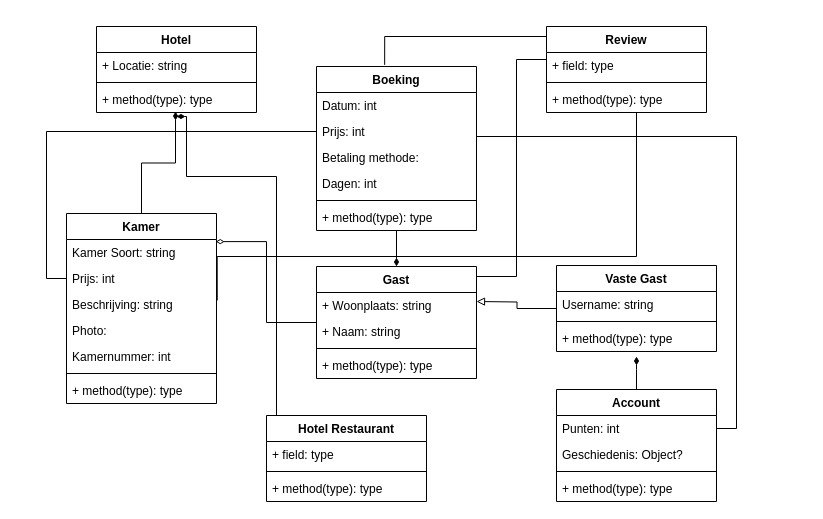
Earlier version of the draw.io diagram Reserveringssysteem.drawio (MrMibsen/Quizje). Source tidied: cells renumbered, new cells numbered last; positions are measured from the earlier drawing's top-left corner, leaving out a move shared by most shapes. Both pictures are drawn from the tidied source at 100%, with x=0, y=0 at pixel (46, 26).
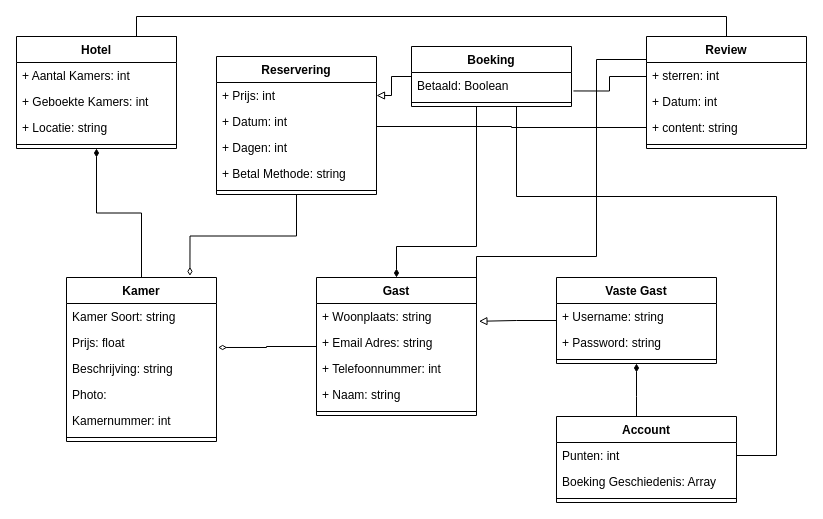
The same page after the edit.

Unchanged cells that the change refers to:
```xml
<mxCell id="6" value="Beschrijving: string" style="text;strokeColor=none;fillColor=none;align=left;verticalAlign=top;spacingLeft=4;spacingRight=4;overflow=hidden;points=[[0,0.5],[1,0.5]];portConstraint=eastwest;" parent="3" vertex="1">
  <mxGeometry y="78" width="150" height="26" as="geometry" />
</mxCell>
<mxCell id="17" value="+ Woonplaats: string" style="text;strokeColor=none;fillColor=none;align=left;verticalAlign=top;spacingLeft=4;spacingRight=4;overflow=hidden;points=[[0,0.5],[1,0.5]];portConstraint=eastwest;" parent="16" vertex="1">
  <mxGeometry y="26" width="160" height="26" as="geometry" />
</mxCell>
```

What changed in the source:
```diff
@@
-    <mxCell id="2" style="edgeStyle=orthogonalEdgeStyle;rounded=0;jettySize=auto;html=1;exitX=0.5;exitY=0;exitDx=0;exitDy=0;endArrow=diamondThin;endFill=1;entryX=0.494;entryY=0.962;entryDx=0;entryDy=0;entryPerimeter=0;" parent="1" edge="1" source="3" target="14">
+    <mxCell id="2" style="edgeStyle=orthogonalEdgeStyle;rounded=0;jettySize=auto;html=1;exitX=0.5;exitY=0;exitDx=0;exitDy=0;endArrow=diamondThin;endFill=1;entryX=0.5;entryY=1;entryDx=0;entryDy=0;" parent="1" edge="1" source="3" target="11">
       <mxGeometry relative="1" as="geometry" />
     </mxCell>
     <mxCell id="3" value="Kamer" style="swimlane;fontStyle=1;align=center;verticalAlign=top;horizontal=1;startSize=26;" parent="1" vertex="1">
-      <mxGeometry x="20" y="187" width="150" height="190" as="geometry" />
+      <mxGeometry x="20" y="251" width="150" height="164" as="geometry" />
     </mxCell>
@@
-    <mxCell id="5" value="Prijs: int" style="text;strokeColor=none;fillColor=none;align=left;verticalAlign=top;spacingLeft=4;spacingRight=4;overflow=hidden;points=[[0,0.5],[1,0.5]];portConstraint=eastwest;" parent="3" vertex="1">
+    <mxCell id="5" value="Prijs: float" style="text;strokeColor=none;fillColor=none;align=left;verticalAlign=top;spacingLeft=4;spacingRight=4;overflow=hidden;points=[[0,0.5],[1,0.5]];portConstraint=eastwest;" parent="3" vertex="1">
       <mxGeometry y="52" width="150" height="26" as="geometry" />
     </mxCell>
@@
-    <mxCell id="10" value="+ method(type): type" style="text;strokeColor=none;fillColor=none;align=left;verticalAlign=top;spacingLeft=4;spacingRight=4;overflow=hidden;" parent="3" vertex="1">
-      <mxGeometry y="164" width="150" height="26" as="geometry" />
-    </mxCell>
     <mxCell id="11" value="Hotel&#10;" style="swimlane;fontStyle=1;align=center;verticalAlign=top;horizontal=1;startSize=26;" parent="1" vertex="1">
-      <mxGeometry x="50" width="160" height="86" as="geometry" />
+      <mxGeometry x="-30" y="10" width="160" height="112" as="geometry" />
     </mxCell>
+    <mxCell id="54" value="+ Aantal Kamers: int" style="text;strokeColor=none;fillColor=none;align=left;verticalAlign=top;spacingLeft=4;spacingRight=4;overflow=hidden;" parent="11" vertex="1">
+      <mxGeometry y="26" width="160" height="26" as="geometry" />
+    </mxCell>
+    <mxCell id="55" value="+ Geboekte Kamers: int" style="text;strokeColor=none;fillColor=none;align=left;verticalAlign=top;spacingLeft=4;spacingRight=4;overflow=hidden;" parent="11" vertex="1">
+      <mxGeometry y="52" width="160" height="26" as="geometry" />
+    </mxCell>
     <mxCell id="12" value="+ Locatie: string&#10;" style="text;strokeColor=none;fillColor=none;align=left;verticalAlign=top;spacingLeft=4;spacingRight=4;overflow=hidden;" parent="11" vertex="1">
-      <mxGeometry y="26" width="160" height="26" as="geometry" />
+      <mxGeometry y="78" width="160" height="26" as="geometry" />
     </mxCell>
     <mxCell id="13" style="line;strokeWidth=1;fillColor=none;align=left;verticalAlign=middle;spacingTop=-1;spacingLeft=3;spacingRight=3;labelPosition=right;strokeColor=inherit;" parent="11" vertex="1">
-      <mxGeometry y="52" width="160" height="8" as="geometry" />
+      <mxGeometry y="104" width="160" height="8" as="geometry" />
     </mxCell>
-    <mxCell id="14" value="+ method(type): type" style="text;strokeColor=none;fillColor=none;align=left;verticalAlign=top;spacingLeft=4;spacingRight=4;overflow=hidden;points=[[0,0.5],[1,0.5]];portConstraint=eastwest;" parent="11" vertex="1">
-      <mxGeometry y="60" width="160" height="26" as="geometry" />
-    </mxCell>
-    <mxCell id="15" style="edgeStyle=orthogonalEdgeStyle;rounded=0;jettySize=auto;html=1;entryX=0.995;entryY=0.148;entryDx=0;entryDy=0;entryPerimeter=0;endArrow=diamondThin;endFill=0;" parent="1" edge="1" source="16" target="3">
-      <mxGeometry relative="1" as="geometry">
-        <Array as="points">
-          <mxPoint x="220" y="296" />
-          <mxPoint x="220" y="215" />
-        </Array>
-      </mxGeometry>
-    </mxCell>
+    <mxCell id="56" style="edgeStyle=orthogonalEdgeStyle;rounded=0;jettySize=auto;html=1;entryX=1.011;entryY=0.692;entryDx=0;entryDy=0;entryPerimeter=0;startArrow=none;startFill=0;endArrow=diamondThin;endFill=0;" parent="1" edge="1" source="16" target="5">
+      <mxGeometry relative="1" as="geometry" />
+    </mxCell>
     <mxCell id="16" value="Gast" style="swimlane;fontStyle=1;align=center;verticalAlign=top;horizontal=1;startSize=26;" parent="1" vertex="1">
-      <mxGeometry x="270" y="240" width="160" height="112" as="geometry" />
+      <mxGeometry x="270" y="251" width="160" height="138" as="geometry" />
     </mxCell>
@@
+    <mxCell id="57" value="+ Email Adres: string" style="text;strokeColor=none;fillColor=none;align=left;verticalAlign=top;spacingLeft=4;spacingRight=4;overflow=hidden;" parent="16" vertex="1">
+      <mxGeometry y="52" width="160" height="26" as="geometry" />
+    </mxCell>
+    <mxCell id="58" value="+ Telefoonnummer: int" style="text;strokeColor=none;fillColor=none;align=left;verticalAlign=top;spacingLeft=4;spacingRight=4;overflow=hidden;" parent="16" vertex="1">
+      <mxGeometry y="78" width="160" height="26" as="geometry" />
+    </mxCell>
     <mxCell id="18" value="+ Naam: string&#10;" style="text;strokeColor=none;fillColor=none;align=left;verticalAlign=top;spacingLeft=4;spacingRight=4;overflow=hidden;" parent="16" vertex="1">
-      <mxGeometry y="52" width="160" height="26" as="geometry" />
+      <mxGeometry y="104" width="160" height="26" as="geometry" />
     </mxCell>
     <mxCell id="19" style="line;strokeWidth=1;fillColor=none;align=left;verticalAlign=middle;spacingTop=-1;spacingLeft=3;spacingRight=3;labelPosition=right;strokeColor=inherit;" parent="16" vertex="1">
-      <mxGeometry y="78" width="160" height="8" as="geometry" />
+      <mxGeometry y="130" width="160" height="8" as="geometry" />
     </mxCell>
-    <mxCell id="20" value="+ method(type): type" style="text;strokeColor=none;fillColor=none;align=left;verticalAlign=top;spacingLeft=4;spacingRight=4;overflow=hidden;" parent="16" vertex="1">
-      <mxGeometry y="86" width="160" height="26" as="geometry" />
-    </mxCell>
-    <mxCell id="21" style="edgeStyle=orthogonalEdgeStyle;rounded=0;jettySize=auto;html=1;endArrow=block;endFill=0;" parent="1" edge="1" source="22">
-      <mxGeometry relative="1" as="geometry">
-        <mxPoint x="430" y="275" as="targetPoint" />
-      </mxGeometry>
-    </mxCell>
+    <mxCell id="59" style="edgeStyle=orthogonalEdgeStyle;rounded=0;jettySize=auto;html=1;entryX=1.015;entryY=0.684;entryDx=0;entryDy=0;entryPerimeter=0;startArrow=none;startFill=0;endArrow=block;endFill=0;" parent="1" edge="1" source="22" target="17">
+      <mxGeometry relative="1" as="geometry" />
+    </mxCell>
     <mxCell id="22" value="Vaste Gast" style="swimlane;fontStyle=1;align=center;verticalAlign=top;horizontal=1;startSize=26;" parent="1" vertex="1">
-      <mxGeometry x="510" y="239" width="160" height="86" as="geometry" />
+      <mxGeometry x="510" y="251" width="160" height="86" as="geometry" />
     </mxCell>
-    <mxCell id="23" value="Username: string" style="text;strokeColor=none;fillColor=none;align=left;verticalAlign=top;spacingLeft=4;spacingRight=4;overflow=hidden;" parent="22" vertex="1">
-      <mxGeometry y="26" width="160" height="26" as="geometry" />
-    </mxCell>
+    <mxCell id="60" value="+ Username: string" style="text;strokeColor=none;fillColor=none;align=left;verticalAlign=top;spacingLeft=4;spacingRight=4;overflow=hidden;" parent="22" vertex="1">
+      <mxGeometry y="26" width="160" height="26" as="geometry" />
+    </mxCell>
+    <mxCell id="61" value="+ Password: string" style="text;strokeColor=none;fillColor=none;align=left;verticalAlign=top;spacingLeft=4;spacingRight=4;overflow=hidden;" parent="22" vertex="1">
+      <mxGeometry y="52" width="160" height="26" as="geometry" />
+    </mxCell>
     <mxCell id="24" style="line;strokeWidth=1;fillColor=none;align=left;verticalAlign=middle;spacingTop=-1;spacingLeft=3;spacingRight=3;labelPosition=right;strokeColor=inherit;" parent="22" vertex="1">
-      <mxGeometry y="52" width="160" height="8" as="geometry" />
+      <mxGeometry y="78" width="160" height="8" as="geometry" />
     </mxCell>
-    <mxCell id="25" value="+ method(type): type" style="text;strokeColor=none;fillColor=none;align=left;verticalAlign=top;spacingLeft=4;spacingRight=4;overflow=hidden;" parent="22" vertex="1">
-      <mxGeometry y="60" width="160" height="26" as="geometry" />
-    </mxCell>
-    <mxCell id="26" style="edgeStyle=orthogonalEdgeStyle;rounded=0;jettySize=auto;html=1;endArrow=diamondThin;endFill=1;" parent="1" edge="1" source="27">
+    <mxCell id="26" style="edgeStyle=orthogonalEdgeStyle;rounded=0;jettySize=auto;html=1;endArrow=diamondThin;endFill=1;entryX=0.5;entryY=1;entryDx=0;entryDy=0;" parent="1" edge="1" source="27" target="22">
       <mxGeometry relative="1" as="geometry">
-        <mxPoint x="590" y="330" as="targetPoint" />
+        <Array as="points">
+          <mxPoint x="590" y="370" />
+          <mxPoint x="590" y="370" />
+        </Array>
       </mxGeometry>
     </mxCell>
     <mxCell id="27" value="Account" style="swimlane;fontStyle=1;align=center;verticalAlign=top;horizontal=1;startSize=26;" parent="1" vertex="1">
-      <mxGeometry x="510" y="363" width="160" height="112" as="geometry" />
+      <mxGeometry x="510" y="390" width="180" height="86" as="geometry" />
     </mxCell>
     <mxCell id="28" value="Punten: int" style="text;strokeColor=none;fillColor=none;align=left;verticalAlign=top;spacingLeft=4;spacingRight=4;overflow=hidden;points=[[0,0.5],[1,0.5]];portConstraint=eastwest;" parent="27" vertex="1">
-      <mxGeometry y="26" width="160" height="26" as="geometry" />
+      <mxGeometry y="26" width="180" height="26" as="geometry" />
     </mxCell>
-    <mxCell id="29" value="Geschiedenis: Object?" style="text;strokeColor=none;fillColor=none;align=left;verticalAlign=top;spacingLeft=4;spacingRight=4;overflow=hidden;" parent="27" vertex="1">
-      <mxGeometry y="52" width="160" height="26" as="geometry" />
+    <mxCell id="29" value="Boeking Geschiedenis: Array" style="text;strokeColor=none;fillColor=none;align=left;verticalAlign=top;spacingLeft=4;spacingRight=4;overflow=hidden;" parent="27" vertex="1">
+      <mxGeometry y="52" width="180" height="26" as="geometry" />
     </mxCell>
     <mxCell id="30" style="line;strokeWidth=1;fillColor=none;align=left;verticalAlign=middle;spacingTop=-1;spacingLeft=3;spacingRight=3;labelPosition=right;strokeColor=inherit;" parent="27" vertex="1">
-      <mxGeometry y="78" width="160" height="8" as="geometry" />
+      <mxGeometry y="78" width="180" height="8" as="geometry" />
     </mxCell>
-    <mxCell id="31" value="+ method(type): type" style="text;strokeColor=none;fillColor=none;align=left;verticalAlign=top;spacingLeft=4;spacingRight=4;overflow=hidden;" parent="27" vertex="1">
-      <mxGeometry y="86" width="160" height="26" as="geometry" />
-    </mxCell>
     <mxCell id="32" style="edgeStyle=orthogonalEdgeStyle;rounded=0;jettySize=auto;html=1;entryX=0.5;entryY=0;entryDx=0;entryDy=0;endArrow=diamondThin;endFill=1;" parent="1" edge="1" source="34" target="16">
-      <mxGeometry relative="1" as="geometry" />
+      <mxGeometry relative="1" as="geometry">
+        <Array as="points">
+          <mxPoint x="430" y="220" />
+          <mxPoint x="350" y="220" />
+        </Array>
+      </mxGeometry>
     </mxCell>
     <mxCell id="33" style="edgeStyle=orthogonalEdgeStyle;rounded=0;jettySize=auto;html=1;endArrow=none;endFill=0;entryX=1;entryY=0.5;entryDx=0;entryDy=0;" parent="1" edge="1" source="34" target="28">
       <mxGeometry relative="1" as="geometry">
         <Array as="points">
-          <mxPoint x="690" y="110" />
-          <mxPoint x="690" y="402" />
+          <mxPoint x="470" y="170" />
+          <mxPoint x="730" y="170" />
+          <mxPoint x="730" y="429" />
         </Array>
       </mxGeometry>
     </mxCell>
+    <mxCell id="62" style="edgeStyle=orthogonalEdgeStyle;rounded=0;jettySize=auto;html=1;entryX=1;entryY=0.5;entryDx=0;entryDy=0;startArrow=none;startFill=0;endArrow=block;endFill=0;" parent="1" edge="1" source="34" target="69">
+      <mxGeometry relative="1" as="geometry" />
+    </mxCell>
     <mxCell id="34" value="Boeking" style="swimlane;fontStyle=1;align=center;verticalAlign=top;horizontal=1;startSize=26;" parent="1" vertex="1">
-      <mxGeometry x="270" y="40" width="160" height="164" as="geometry" />
+      <mxGeometry x="365" y="20" width="160" height="60" as="geometry" />
     </mxCell>
-    <mxCell id="35" value="Datum: int" style="text;strokeColor=none;fillColor=none;align=left;verticalAlign=top;spacingLeft=4;spacingRight=4;overflow=hidden;points=[[0,0.5],[1,0.5]];portConstraint=eastwest;" parent="34" vertex="1">
-      <mxGeometry y="26" width="160" height="26" as="geometry" />
-    </mxCell>
-    <mxCell id="36" value="Prijs: int" style="text;strokeColor=none;fillColor=none;align=left;verticalAlign=top;spacingLeft=4;spacingRight=4;overflow=hidden;points=[[0,0.5],[1,0.5]];portConstraint=eastwest;" parent="34" vertex="1">
-      <mxGeometry y="52" width="160" height="26" as="geometry" />
-    </mxCell>
-    <mxCell id="37" value="Betaling methode:&#10;" style="text;strokeColor=none;fillColor=none;align=left;verticalAlign=top;spacingLeft=4;spacingRight=4;overflow=hidden;points=[[0,0.5],[1,0.5]];portConstraint=eastwest;" parent="34" vertex="1">
-      <mxGeometry y="78" width="160" height="26" as="geometry" />
+    <mxCell id="37" value="Betaald: Boolean&#10;" style="text;strokeColor=none;fillColor=none;align=left;verticalAlign=top;spacingLeft=4;spacingRight=4;overflow=hidden;points=[[0,0.5],[1,0.5]];portConstraint=eastwest;" parent="34" vertex="1">
+      <mxGeometry y="26" width="160" height="26" as="geometry" />
     </mxCell>
-    <mxCell id="38" value="Dagen: int" style="text;strokeColor=none;fillColor=none;align=left;verticalAlign=top;spacingLeft=4;spacingRight=4;overflow=hidden;" parent="34" vertex="1">
-      <mxGeometry y="104" width="160" height="26" as="geometry" />
-    </mxCell>
     <mxCell id="39" style="line;strokeWidth=1;fillColor=none;align=left;verticalAlign=middle;spacingTop=-1;spacingLeft=3;spacingRight=3;labelPosition=right;strokeColor=inherit;" parent="34" vertex="1">
-      <mxGeometry y="130" width="160" height="8" as="geometry" />
+      <mxGeometry y="52" width="160" height="8" as="geometry" />
     </mxCell>
-    <mxCell id="40" value="+ method(type): type" style="text;strokeColor=none;fillColor=none;align=left;verticalAlign=top;spacingLeft=4;spacingRight=4;overflow=hidden;" parent="34" vertex="1">
-      <mxGeometry y="138" width="160" height="26" as="geometry" />
-    </mxCell>
-    <mxCell id="41" style="edgeStyle=orthogonalEdgeStyle;rounded=0;jettySize=auto;html=1;entryX=0;entryY=0.808;entryDx=0;entryDy=0;entryPerimeter=0;endArrow=none;endFill=0;" parent="1" edge="1" source="36" target="5">
-      <mxGeometry relative="1" as="geometry">
-        <Array as="points">
-          <mxPoint y="105" />
-          <mxPoint y="252" />
-          <mxPoint x="20" y="252" />
-        </Array>
-      </mxGeometry>
-    </mxCell>
-    <mxCell id="42" style="edgeStyle=orthogonalEdgeStyle;rounded=0;jettySize=auto;html=1;endArrow=diamondThin;endFill=1;startArrow=none;startFill=0;" parent="1" edge="1" source="43">
-      <mxGeometry relative="1" as="geometry">
-        <mxPoint x="130" y="90" as="targetPoint" />
-        <Array as="points">
-          <mxPoint x="230" y="150" />
-          <mxPoint x="140" y="150" />
-          <mxPoint x="140" y="90" />
-        </Array>
-      </mxGeometry>
-    </mxCell>
-    <mxCell id="43" value="Hotel Restaurant" style="swimlane;fontStyle=1;align=center;verticalAlign=top;horizontal=1;startSize=26;" parent="1" vertex="1">
-      <mxGeometry x="220" y="389" width="160" height="86" as="geometry" />
-    </mxCell>
-    <mxCell id="44" value="+ field: type" style="text;strokeColor=none;fillColor=none;align=left;verticalAlign=top;spacingLeft=4;spacingRight=4;overflow=hidden;" parent="43" vertex="1">
-      <mxGeometry y="26" width="160" height="26" as="geometry" />
-    </mxCell>
-    <mxCell id="45" style="line;strokeWidth=1;fillColor=none;align=left;verticalAlign=middle;spacingTop=-1;spacingLeft=3;spacingRight=3;labelPosition=right;strokeColor=inherit;" parent="43" vertex="1">
-      <mxGeometry y="52" width="160" height="8" as="geometry" />
-    </mxCell>
-    <mxCell id="46" value="+ method(type): type" style="text;strokeColor=none;fillColor=none;align=left;verticalAlign=top;spacingLeft=4;spacingRight=4;overflow=hidden;" parent="43" vertex="1">
-      <mxGeometry y="60" width="160" height="26" as="geometry" />
-    </mxCell>
-    <mxCell id="47" style="edgeStyle=orthogonalEdgeStyle;rounded=0;jettySize=auto;html=1;entryX=0.426;entryY=-0.01;entryDx=0;entryDy=0;entryPerimeter=0;startArrow=none;startFill=0;endArrow=none;endFill=0;" parent="1" edge="1" source="50" target="34">
-      <mxGeometry relative="1" as="geometry">
-        <Array as="points">
-          <mxPoint x="338" y="10" />
-        </Array>
-      </mxGeometry>
-    </mxCell>
     <mxCell id="48" style="edgeStyle=orthogonalEdgeStyle;rounded=0;jettySize=auto;html=1;startArrow=none;startFill=0;endArrow=none;endFill=0;" parent="1" edge="1" source="50">
       <mxGeometry relative="1" as="geometry">
         <mxPoint x="430" y="290" as="targetPoint" />
         <Array as="points">
-          <mxPoint x="470" y="33" />
-          <mxPoint x="470" y="250" />
-          <mxPoint x="430" y="250" />
+          <mxPoint x="550" y="33" />
+          <mxPoint x="550" y="230" />
+          <mxPoint x="430" y="230" />
         </Array>
       </mxGeometry>
     </mxCell>
-    <mxCell id="49" style="edgeStyle=orthogonalEdgeStyle;rounded=0;jettySize=auto;html=1;entryX=1.005;entryY=0.341;entryDx=0;entryDy=0;entryPerimeter=0;startArrow=none;startFill=0;endArrow=none;endFill=0;" parent="1" edge="1" source="50" target="6">
-      <mxGeometry relative="1" as="geometry">
-        <Array as="points">
-          <mxPoint x="590" y="230" />
-          <mxPoint x="171" y="230" />
-        </Array>
-      </mxGeometry>
-    </mxCell>
+    <mxCell id="63" style="edgeStyle=orthogonalEdgeStyle;rounded=0;jettySize=auto;html=1;entryX=1;entryY=0;entryDx=0;entryDy=0;startArrow=none;startFill=0;endArrow=none;endFill=0;" parent="1" edge="1" source="50" target="11">
+      <mxGeometry relative="1" as="geometry">
+        <Array as="points">
+          <mxPoint x="680" y="-10" />
+          <mxPoint x="90" y="-10" />
+          <mxPoint x="90" y="10" />
+        </Array>
+      </mxGeometry>
+    </mxCell>
+    <mxCell id="64" style="edgeStyle=orthogonalEdgeStyle;rounded=0;jettySize=auto;html=1;entryX=1.012;entryY=0.71;entryDx=0;entryDy=0;entryPerimeter=0;startArrow=none;startFill=0;endArrow=none;endFill=0;" parent="1" edge="1" source="50" target="37">
+      <mxGeometry relative="1" as="geometry">
+        <Array as="points">
+          <mxPoint x="563" y="50" />
+          <mxPoint x="563" y="65" />
+        </Array>
+      </mxGeometry>
+    </mxCell>
     <mxCell id="50" value="Review" style="swimlane;fontStyle=1;align=center;verticalAlign=top;horizontal=1;startSize=26;" parent="1" vertex="1">
-      <mxGeometry x="500" width="160" height="86" as="geometry" />
+      <mxGeometry x="600" y="10" width="160" height="112" as="geometry" />
     </mxCell>
+    <mxCell id="65" value="+ sterren: int" style="text;strokeColor=none;fillColor=none;align=left;verticalAlign=top;spacingLeft=4;spacingRight=4;overflow=hidden;" parent="50" vertex="1">
+      <mxGeometry y="26" width="160" height="26" as="geometry" />
+    </mxCell>
+    <mxCell id="66" value="+ Datum: int" style="text;strokeColor=none;fillColor=none;align=left;verticalAlign=top;spacingLeft=4;spacingRight=4;overflow=hidden;" parent="50" vertex="1">
+      <mxGeometry y="52" width="160" height="26" as="geometry" />
+    </mxCell>
-    <mxCell id="51" value="+ field: type" style="text;strokeColor=none;fillColor=none;align=left;verticalAlign=top;spacingLeft=4;spacingRight=4;overflow=hidden;points=[[0,0.5],[1,0.5]];portConstraint=eastwest;" parent="50" vertex="1">
-      <mxGeometry y="26" width="160" height="26" as="geometry" />
+    <mxCell id="51" value="+ content: string" style="text;strokeColor=none;fillColor=none;align=left;verticalAlign=top;spacingLeft=4;spacingRight=4;overflow=hidden;points=[[0,0.5],[1,0.5]];portConstraint=eastwest;" parent="50" vertex="1">
+      <mxGeometry y="78" width="160" height="26" as="geometry" />
     </mxCell>
     <mxCell id="52" style="line;strokeWidth=1;fillColor=none;align=left;verticalAlign=middle;spacingTop=-1;spacingLeft=3;spacingRight=3;labelPosition=right;strokeColor=inherit;" parent="50" vertex="1">
-      <mxGeometry y="52" width="160" height="8" as="geometry" />
+      <mxGeometry y="104" width="160" height="8" as="geometry" />
     </mxCell>
-    <mxCell id="53" value="+ method(type): type" style="text;strokeColor=none;fillColor=none;align=left;verticalAlign=top;spacingLeft=4;spacingRight=4;overflow=hidden;" parent="50" vertex="1">
-      <mxGeometry y="60" width="160" height="26" as="geometry" />
-    </mxCell>
+    <mxCell id="67" style="edgeStyle=orthogonalEdgeStyle;rounded=0;jettySize=auto;html=1;entryX=0.823;entryY=-0.01;entryDx=0;entryDy=0;entryPerimeter=0;startArrow=none;startFill=0;endArrow=diamondThin;endFill=0;" parent="1" edge="1" source="68" target="3">
+      <mxGeometry relative="1" as="geometry" />
+    </mxCell>
+    <mxCell id="68" value="Reservering" style="swimlane;fontStyle=1;align=center;verticalAlign=top;horizontal=1;startSize=26;" parent="1" vertex="1">
+      <mxGeometry x="170" y="30" width="160" height="138" as="geometry" />
+    </mxCell>
+    <mxCell id="69" value="+ Prijs: int" style="text;strokeColor=none;fillColor=none;align=left;verticalAlign=top;spacingLeft=4;spacingRight=4;overflow=hidden;points=[[0,0.5],[1,0.5]];portConstraint=eastwest;" parent="68" vertex="1">
+      <mxGeometry y="26" width="160" height="26" as="geometry" />
+    </mxCell>
+    <mxCell id="35" value="+ Datum: int" style="text;strokeColor=none;fillColor=none;align=left;verticalAlign=top;spacingLeft=4;spacingRight=4;overflow=hidden;points=[[0,0.5],[1,0.5]];portConstraint=eastwest;" parent="68" vertex="1">
+      <mxGeometry y="52" width="160" height="26" as="geometry" />
+    </mxCell>
+    <mxCell id="38" value="+ Dagen: int" style="text;strokeColor=none;fillColor=none;align=left;verticalAlign=top;spacingLeft=4;spacingRight=4;overflow=hidden;" parent="68" vertex="1">
+      <mxGeometry y="78" width="160" height="26" as="geometry" />
+    </mxCell>
+    <mxCell id="70" value="+ Betal Methode: string" style="text;strokeColor=none;fillColor=none;align=left;verticalAlign=top;spacingLeft=4;spacingRight=4;overflow=hidden;" parent="68" vertex="1">
+      <mxGeometry y="104" width="160" height="26" as="geometry" />
+    </mxCell>
+    <mxCell id="71" style="line;strokeWidth=1;fillColor=none;align=left;verticalAlign=middle;spacingTop=-1;spacingLeft=3;spacingRight=3;labelPosition=right;strokeColor=inherit;" parent="68" vertex="1">
+      <mxGeometry y="130" width="160" height="8" as="geometry" />
+    </mxCell>
+    <mxCell id="72" style="edgeStyle=orthogonalEdgeStyle;rounded=0;jettySize=auto;html=1;entryX=1;entryY=0.5;entryDx=0;entryDy=0;startArrow=none;startFill=0;endArrow=none;endFill=0;" parent="1" edge="1" source="51" target="35">
+      <mxGeometry relative="1" as="geometry">
+        <Array as="points">
+          <mxPoint x="465" y="101" />
+          <mxPoint x="330" y="100" />
+        </Array>
+      </mxGeometry>
+    </mxCell>
```
